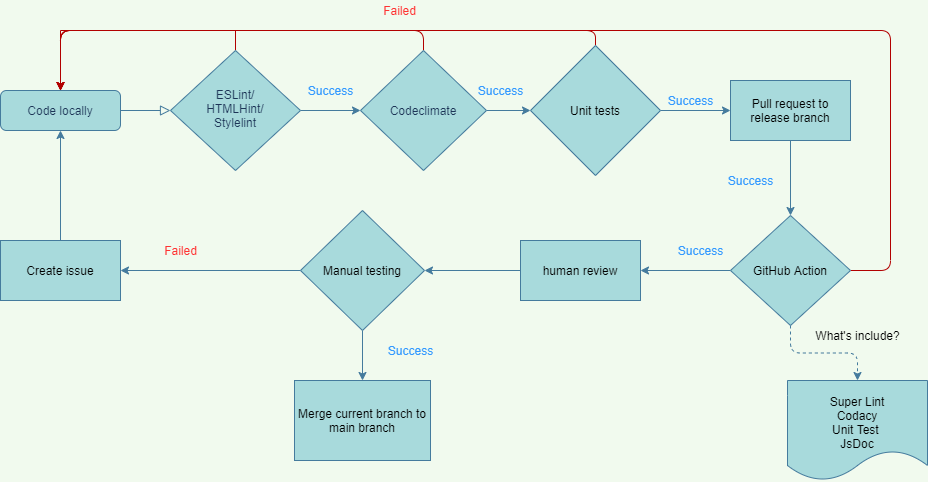
cse110-fa21-group7/cse110-fa21-group7 keeps this draw.io diagram as admin/cipipeline/pipeline_diagram.png. Above is the earlier version. Source tidied: cells renumbered, new cells last; positions are measured from the earlier drawing's top-left corner, leaving out a move shared by most shapes.
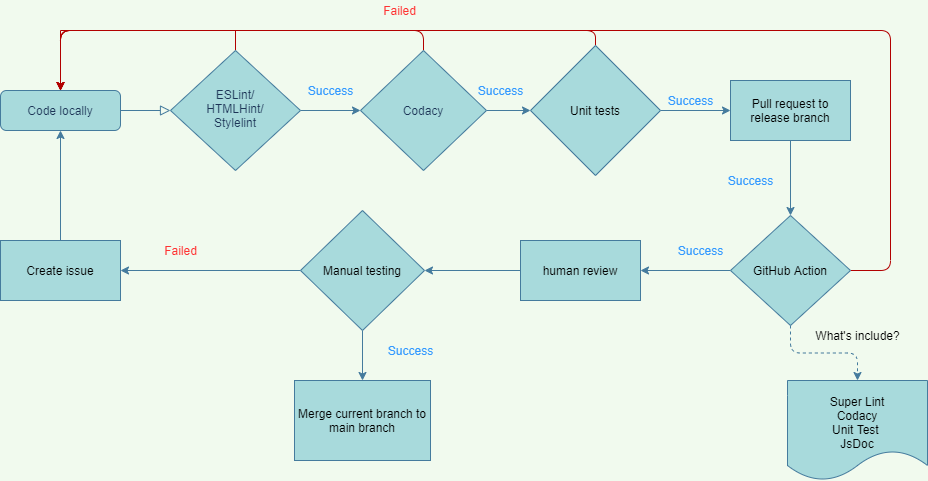
The same file after the commit.

Change to the diagram source:
```diff
@@ -36,7 +36,7 @@
     <mxCell id="9" style="edgeStyle=orthogonalEdgeStyle;curved=0;rounded=1;sketch=0;jettySize=auto;html=1;entryX=0;entryY=0.5;entryDx=0;entryDy=0;fontColor=#000000;strokeColor=#457B9D;fillColor=#A8DADC;" parent="1" edge="1" source="10" target="13">
       <mxGeometry relative="1" as="geometry" />
     </mxCell>
-    <mxCell id="10" value="Codeclimate" style="rhombus;whiteSpace=wrap;html=1;rounded=0;sketch=0;fontColor=#1D3557;strokeColor=#457B9D;fillColor=#A8DADC;" parent="1" vertex="1">
+    <mxCell id="10" value="Codacy" style="rhombus;whiteSpace=wrap;html=1;rounded=0;sketch=0;fontColor=#1D3557;strokeColor=#457B9D;fillColor=#A8DADC;" parent="1" vertex="1">
       <mxGeometry x="360" y="50" width="126" height="120" as="geometry" />
     </mxCell>
     <mxCell id="11" style="edgeStyle=orthogonalEdgeStyle;curved=0;rounded=1;sketch=0;jettySize=auto;html=1;entryX=0.5;entryY=0;entryDx=0;entryDy=0;fontColor=#000000;strokeColor=#B20000;fillColor=#e51400;" parent="1" edge="1" source="13" target="3">
```
